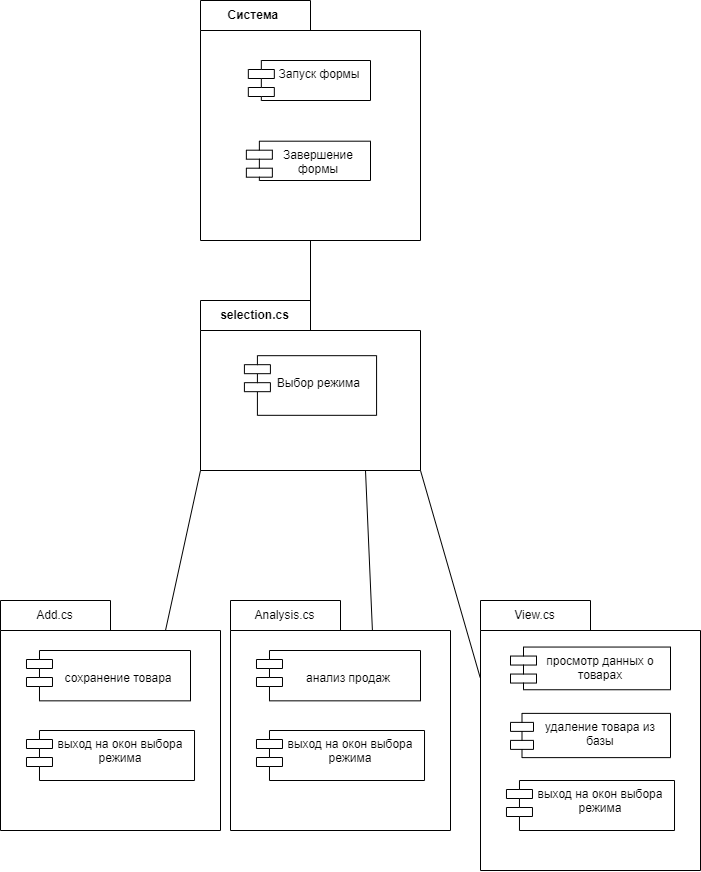
Before: Диаграмма компонентов.drawio.png, a diagram exported from draw.io (IlyaTupitsin/Practika_2). Source tidied: cells renumbered, new cells last; positions are measured from the earlier drawing's top-left corner, leaving out a move shared by most shapes. The source it was exported from:
```xml
<mxGraphModel>
  <root>
    <mxCell id="0" />
    <mxCell id="1" parent="0" />
    <mxCell id="2" value="Система&amp;nbsp;" style="shape=folder;fontStyle=1;tabWidth=110;tabHeight=30;tabPosition=left;html=1;boundedLbl=1;labelInHeader=1;whiteSpace=wrap;" parent="1" vertex="1">
      <mxGeometry x="200" width="220" height="240" as="geometry" />
    </mxCell>
    <mxCell id="3" style="html=1;strokeColor=none;fillColor=none;whiteSpace=wrap;" parent="2" vertex="1">
      <mxGeometry width="220" height="168" relative="1" as="geometry">
        <mxPoint y="30" as="offset" />
      </mxGeometry>
    </mxCell>
    <mxCell id="4" value="Запуск формы" style="shape=module;align=left;spacingLeft=20;align=center;verticalAlign=top;whiteSpace=wrap;html=1;jettyWidth=26;jettyHeight=9;" parent="2" vertex="1">
      <mxGeometry x="47.8" y="60" width="122.2" height="40" as="geometry" />
    </mxCell>
    <mxCell id="5" value="Завершение формы" style="shape=module;align=left;spacingLeft=20;align=center;verticalAlign=top;whiteSpace=wrap;html=1;jettyWidth=26;jettyHeight=9;" parent="2" vertex="1">
      <mxGeometry x="45.9" y="140.7" width="124.1" height="39.3" as="geometry" />
    </mxCell>
    <mxCell id="6" value="selection.cs" style="shape=folder;fontStyle=1;tabWidth=110;tabHeight=30;tabPosition=left;html=1;boundedLbl=1;labelInHeader=1;whiteSpace=wrap;" parent="1" vertex="1">
      <mxGeometry x="200" y="300" width="220" height="170" as="geometry" />
    </mxCell>
    <mxCell id="7" style="html=1;strokeColor=none;fillColor=none;whiteSpace=wrap;" parent="6" vertex="1">
      <mxGeometry width="220" height="119" relative="1" as="geometry">
        <mxPoint y="30" as="offset" />
      </mxGeometry>
    </mxCell>
    <mxCell id="8" value="&lt;div&gt;&lt;br&gt;&lt;/div&gt;Выбор режима&amp;nbsp;" style="shape=module;align=left;spacingLeft=20;align=center;verticalAlign=top;whiteSpace=wrap;html=1;jettyWidth=26;jettyHeight=9;" parent="6" vertex="1">
      <mxGeometry x="43.9" y="55.2" width="132.2" height="59.6" as="geometry" />
    </mxCell>
    <mxCell id="9" value="&lt;span style=&quot;font-weight: 400; text-wrap: nowrap;&quot;&gt;View.cs&lt;/span&gt;" style="shape=folder;fontStyle=1;tabWidth=110;tabHeight=30;tabPosition=left;html=1;boundedLbl=1;labelInHeader=1;whiteSpace=wrap;" parent="1" vertex="1">
      <mxGeometry x="480" y="600" width="220" height="270" as="geometry" />
    </mxCell>
    <mxCell id="10" style="html=1;strokeColor=none;fillColor=none;whiteSpace=wrap;" parent="9" vertex="1">
      <mxGeometry width="220" height="188.81" relative="1" as="geometry">
        <mxPoint y="30" as="offset" />
      </mxGeometry>
    </mxCell>
    <mxCell id="11" value="удаление товара из базы" style="shape=module;align=left;spacingLeft=20;align=center;verticalAlign=top;whiteSpace=wrap;html=1;jettyWidth=23;jettyHeight=9;" parent="9" vertex="1">
      <mxGeometry x="30" y="112.9" width="160" height="44.2" as="geometry" />
    </mxCell>
    <mxCell id="12" value="&lt;div&gt;&lt;span style=&quot;background-color: initial;&quot;&gt;просмотр данных о товарах&lt;/span&gt;&lt;br&gt;&lt;/div&gt;" style="shape=module;align=left;spacingLeft=20;align=center;verticalAlign=top;whiteSpace=wrap;html=1;jettyWidth=26;jettyHeight=9;" parent="9" vertex="1">
      <mxGeometry x="30" y="46.5" width="160" height="42.7" as="geometry" />
    </mxCell>
    <mxCell id="13" value="выход на окон выбора режима" style="shape=module;align=left;spacingLeft=20;align=center;verticalAlign=top;whiteSpace=wrap;html=1;jettyWidth=26;jettyHeight=9;" parent="9" vertex="1">
      <mxGeometry x="26" y="180" width="168" height="50" as="geometry" />
    </mxCell>
    <mxCell id="14" value="&lt;span style=&quot;font-weight: 400; text-wrap: nowrap;&quot;&gt;Add.cs&lt;/span&gt;" style="shape=folder;fontStyle=1;tabWidth=110;tabHeight=30;tabPosition=left;html=1;boundedLbl=1;labelInHeader=1;whiteSpace=wrap;" parent="1" vertex="1">
      <mxGeometry y="600" width="220" height="230" as="geometry" />
    </mxCell>
    <mxCell id="15" style="html=1;strokeColor=none;fillColor=none;whiteSpace=wrap;" parent="14" vertex="1">
      <mxGeometry width="220" height="161" relative="1" as="geometry">
        <mxPoint y="30" as="offset" />
      </mxGeometry>
    </mxCell>
    <mxCell id="16" value="&lt;div&gt;&lt;br&gt;&lt;/div&gt;сохранение товара" style="shape=module;align=left;spacingLeft=20;align=center;verticalAlign=top;whiteSpace=wrap;html=1;jettyWidth=26;jettyHeight=9;" parent="14" vertex="1">
      <mxGeometry x="26" y="50" width="164" height="50.3" as="geometry" />
    </mxCell>
    <mxCell id="17" value="выход на окон выбора режима" style="shape=module;align=left;spacingLeft=20;align=center;verticalAlign=top;whiteSpace=wrap;html=1;jettyWidth=26;jettyHeight=9;" parent="14" vertex="1">
      <mxGeometry x="26" y="130" width="168" height="50" as="geometry" />
    </mxCell>
    <mxCell id="18" style="edgeStyle=orthogonalEdgeStyle;rounded=0;jettySize=auto;html=1;exitX=0.5;exitY=1;exitDx=0;exitDy=0;exitPerimeter=0;entryX=0;entryY=0;entryDx=110;entryDy=30;entryPerimeter=0;endArrow=none;endFill=0;" parent="1" edge="1" source="2" target="6">
      <mxGeometry relative="1" as="geometry" />
    </mxCell>
    <mxCell id="19" style="rounded=0;jettySize=auto;html=1;exitX=0;exitY=0;exitDx=220;exitDy=170;exitPerimeter=0;entryX=-0.002;entryY=0.284;entryDx=0;entryDy=0;entryPerimeter=0;endArrow=none;endFill=0;" parent="1" edge="1" source="6" target="9">
      <mxGeometry relative="1" as="geometry" />
    </mxCell>
    <mxCell id="20" style="rounded=0;jettySize=auto;html=1;exitX=0;exitY=0;exitDx=165;exitDy=30;exitPerimeter=0;entryX=0;entryY=0;entryDx=0;entryDy=170;entryPerimeter=0;endArrow=none;endFill=0;" parent="1" edge="1" source="14" target="6">
      <mxGeometry relative="1" as="geometry" />
    </mxCell>
    <mxCell id="21" value="&lt;span style=&quot;font-weight: 400; text-wrap: nowrap;&quot;&gt;Analysis.cs&lt;/span&gt;" style="shape=folder;fontStyle=1;tabWidth=110;tabHeight=30;tabPosition=left;html=1;boundedLbl=1;labelInHeader=1;whiteSpace=wrap;" parent="1" vertex="1">
      <mxGeometry x="230" y="600" width="220" height="230" as="geometry" />
    </mxCell>
    <mxCell id="22" style="html=1;strokeColor=none;fillColor=none;whiteSpace=wrap;" parent="21" vertex="1">
      <mxGeometry width="220" height="161" relative="1" as="geometry">
        <mxPoint y="30" as="offset" />
      </mxGeometry>
    </mxCell>
    <mxCell id="23" value="&lt;div&gt;&lt;br&gt;&lt;/div&gt;анализ продаж" style="shape=module;align=left;spacingLeft=20;align=center;verticalAlign=top;whiteSpace=wrap;html=1;jettyWidth=26;jettyHeight=9;" parent="21" vertex="1">
      <mxGeometry x="26" y="50" width="164" height="50.3" as="geometry" />
    </mxCell>
    <mxCell id="24" value="выход на окон выбора режима" style="shape=module;align=left;spacingLeft=20;align=center;verticalAlign=top;whiteSpace=wrap;html=1;jettyWidth=26;jettyHeight=9;" parent="21" vertex="1">
      <mxGeometry x="26" y="130" width="168" height="50" as="geometry" />
    </mxCell>
    <mxCell id="25" style="rounded=0;jettySize=auto;html=1;exitX=0.75;exitY=1;exitDx=0;exitDy=0;exitPerimeter=0;entryX=0.645;entryY=0.129;entryDx=0;entryDy=0;entryPerimeter=0;endArrow=none;endFill=0;" parent="1" edge="1" source="6" target="21">
      <mxGeometry relative="1" as="geometry" />
    </mxCell>
  </root>
</mxGraphModel>
```
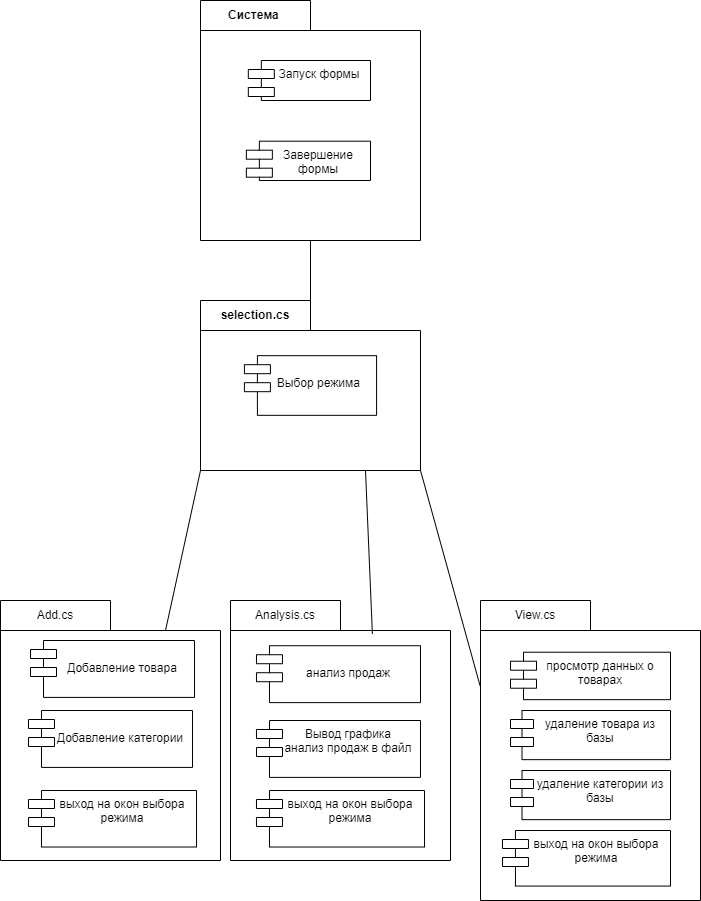
Above is the later version.

The edit, as a diff of the source:
```diff
@@ -28,36 +28,42 @@
       <mxGeometry x="43.9" y="55.2" width="132.2" height="59.6" as="geometry" />
     </mxCell>
     <mxCell id="9" value="&lt;span style=&quot;font-weight: 400; text-wrap: nowrap;&quot;&gt;View.cs&lt;/span&gt;" style="shape=folder;fontStyle=1;tabWidth=110;tabHeight=30;tabPosition=left;html=1;boundedLbl=1;labelInHeader=1;whiteSpace=wrap;" parent="1" vertex="1">
-      <mxGeometry x="480" y="600" width="220" height="270" as="geometry" />
+      <mxGeometry x="480" y="600" width="220" height="300" as="geometry" />
     </mxCell>
     <mxCell id="10" style="html=1;strokeColor=none;fillColor=none;whiteSpace=wrap;" parent="9" vertex="1">
-      <mxGeometry width="220" height="188.81" relative="1" as="geometry">
+      <mxGeometry width="220" height="209.79" relative="1" as="geometry">
         <mxPoint y="30" as="offset" />
       </mxGeometry>
     </mxCell>
     <mxCell id="11" value="удаление товара из базы" style="shape=module;align=left;spacingLeft=20;align=center;verticalAlign=top;whiteSpace=wrap;html=1;jettyWidth=23;jettyHeight=9;" parent="9" vertex="1">
-      <mxGeometry x="30" y="112.9" width="160" height="44.2" as="geometry" />
+      <mxGeometry x="30" y="110" width="160" height="49.2" as="geometry" />
     </mxCell>
     <mxCell id="12" value="&lt;div&gt;&lt;span style=&quot;background-color: initial;&quot;&gt;просмотр данных о товарах&lt;/span&gt;&lt;br&gt;&lt;/div&gt;" style="shape=module;align=left;spacingLeft=20;align=center;verticalAlign=top;whiteSpace=wrap;html=1;jettyWidth=26;jettyHeight=9;" parent="9" vertex="1">
-      <mxGeometry x="30" y="46.5" width="160" height="42.7" as="geometry" />
+      <mxGeometry x="30" y="51.7" width="160" height="47.4" as="geometry" />
     </mxCell>
     <mxCell id="13" value="выход на окон выбора режима" style="shape=module;align=left;spacingLeft=20;align=center;verticalAlign=top;whiteSpace=wrap;html=1;jettyWidth=26;jettyHeight=9;" parent="9" vertex="1">
-      <mxGeometry x="26" y="180" width="168" height="50" as="geometry" />
+      <mxGeometry x="22" y="230" width="168" height="55.6" as="geometry" />
     </mxCell>
+    <mxCell id="26" value="удаление категории из базы" style="shape=module;align=left;spacingLeft=20;align=center;verticalAlign=top;whiteSpace=wrap;html=1;jettyWidth=23;jettyHeight=9;" parent="9" vertex="1">
+      <mxGeometry x="30" y="170" width="160" height="49.2" as="geometry" />
+    </mxCell>
     <mxCell id="14" value="&lt;span style=&quot;font-weight: 400; text-wrap: nowrap;&quot;&gt;Add.cs&lt;/span&gt;" style="shape=folder;fontStyle=1;tabWidth=110;tabHeight=30;tabPosition=left;html=1;boundedLbl=1;labelInHeader=1;whiteSpace=wrap;" parent="1" vertex="1">
-      <mxGeometry y="600" width="220" height="230" as="geometry" />
+      <mxGeometry y="600" width="220" height="260" as="geometry" />
     </mxCell>
     <mxCell id="15" style="html=1;strokeColor=none;fillColor=none;whiteSpace=wrap;" parent="14" vertex="1">
-      <mxGeometry width="220" height="161" relative="1" as="geometry">
+      <mxGeometry width="220" height="182" relative="1" as="geometry">
         <mxPoint y="30" as="offset" />
       </mxGeometry>
     </mxCell>
-    <mxCell id="16" value="&lt;div&gt;&lt;br&gt;&lt;/div&gt;сохранение товара" style="shape=module;align=left;spacingLeft=20;align=center;verticalAlign=top;whiteSpace=wrap;html=1;jettyWidth=26;jettyHeight=9;" parent="14" vertex="1">
-      <mxGeometry x="26" y="50" width="164" height="50.3" as="geometry" />
+    <mxCell id="16" value="&lt;div&gt;&lt;br&gt;&lt;/div&gt;Добавление товара" style="shape=module;align=left;spacingLeft=20;align=center;verticalAlign=top;whiteSpace=wrap;html=1;jettyWidth=26;jettyHeight=9;" parent="14" vertex="1">
+      <mxGeometry x="30" y="40" width="164" height="56.9" as="geometry" />
     </mxCell>
     <mxCell id="17" value="выход на окон выбора режима" style="shape=module;align=left;spacingLeft=20;align=center;verticalAlign=top;whiteSpace=wrap;html=1;jettyWidth=26;jettyHeight=9;" parent="14" vertex="1">
-      <mxGeometry x="26" y="130" width="168" height="50" as="geometry" />
+      <mxGeometry x="28" y="190" width="168" height="56.5" as="geometry" />
     </mxCell>
+    <mxCell id="27" value="&lt;div&gt;&lt;br&gt;&lt;/div&gt;Добавление категории" style="shape=module;align=left;spacingLeft=20;align=center;verticalAlign=top;whiteSpace=wrap;html=1;jettyWidth=26;jettyHeight=9;" parent="14" vertex="1">
+      <mxGeometry x="28" y="110" width="164" height="56.9" as="geometry" />
+    </mxCell>
     <mxCell id="18" style="edgeStyle=orthogonalEdgeStyle;rounded=0;jettySize=auto;html=1;exitX=0.5;exitY=1;exitDx=0;exitDy=0;exitPerimeter=0;entryX=0;entryY=0;entryDx=110;entryDy=30;entryPerimeter=0;endArrow=none;endFill=0;" parent="1" edge="1" source="2" target="6">
       <mxGeometry relative="1" as="geometry" />
     </mxCell>
@@ -68,19 +74,22 @@
       <mxGeometry relative="1" as="geometry" />
     </mxCell>
     <mxCell id="21" value="&lt;span style=&quot;font-weight: 400; text-wrap: nowrap;&quot;&gt;Analysis.cs&lt;/span&gt;" style="shape=folder;fontStyle=1;tabWidth=110;tabHeight=30;tabPosition=left;html=1;boundedLbl=1;labelInHeader=1;whiteSpace=wrap;" parent="1" vertex="1">
-      <mxGeometry x="230" y="600" width="220" height="230" as="geometry" />
+      <mxGeometry x="230" y="600" width="220" height="260" as="geometry" />
     </mxCell>
     <mxCell id="22" style="html=1;strokeColor=none;fillColor=none;whiteSpace=wrap;" parent="21" vertex="1">
-      <mxGeometry width="220" height="161" relative="1" as="geometry">
+      <mxGeometry width="220" height="182" relative="1" as="geometry">
         <mxPoint y="30" as="offset" />
       </mxGeometry>
     </mxCell>
     <mxCell id="23" value="&lt;div&gt;&lt;br&gt;&lt;/div&gt;анализ продаж" style="shape=module;align=left;spacingLeft=20;align=center;verticalAlign=top;whiteSpace=wrap;html=1;jettyWidth=26;jettyHeight=9;" parent="21" vertex="1">
-      <mxGeometry x="26" y="50" width="164" height="50.3" as="geometry" />
+      <mxGeometry x="26" y="45.2" width="164" height="56.9" as="geometry" />
     </mxCell>
     <mxCell id="24" value="выход на окон выбора режима" style="shape=module;align=left;spacingLeft=20;align=center;verticalAlign=top;whiteSpace=wrap;html=1;jettyWidth=26;jettyHeight=9;" parent="21" vertex="1">
-      <mxGeometry x="26" y="130" width="168" height="50" as="geometry" />
+      <mxGeometry x="26" y="190" width="168" height="56.5" as="geometry" />
     </mxCell>
+    <mxCell id="28" value="&lt;div&gt;&lt;span style=&quot;background-color: initial;&quot;&gt;Вывод графика&lt;/span&gt;&lt;br&gt;&lt;/div&gt;анализ продаж в файл" style="shape=module;align=left;spacingLeft=20;align=center;verticalAlign=top;whiteSpace=wrap;html=1;jettyWidth=26;jettyHeight=9;" parent="21" vertex="1">
+      <mxGeometry x="26" y="120" width="164" height="56.9" as="geometry" />
+    </mxCell>
     <mxCell id="25" style="rounded=0;jettySize=auto;html=1;exitX=0.75;exitY=1;exitDx=0;exitDy=0;exitPerimeter=0;entryX=0.645;entryY=0.129;entryDx=0;entryDy=0;entryPerimeter=0;endArrow=none;endFill=0;" parent="1" edge="1" source="6" target="21">
       <mxGeometry relative="1" as="geometry" />
     </mxCell>
```
